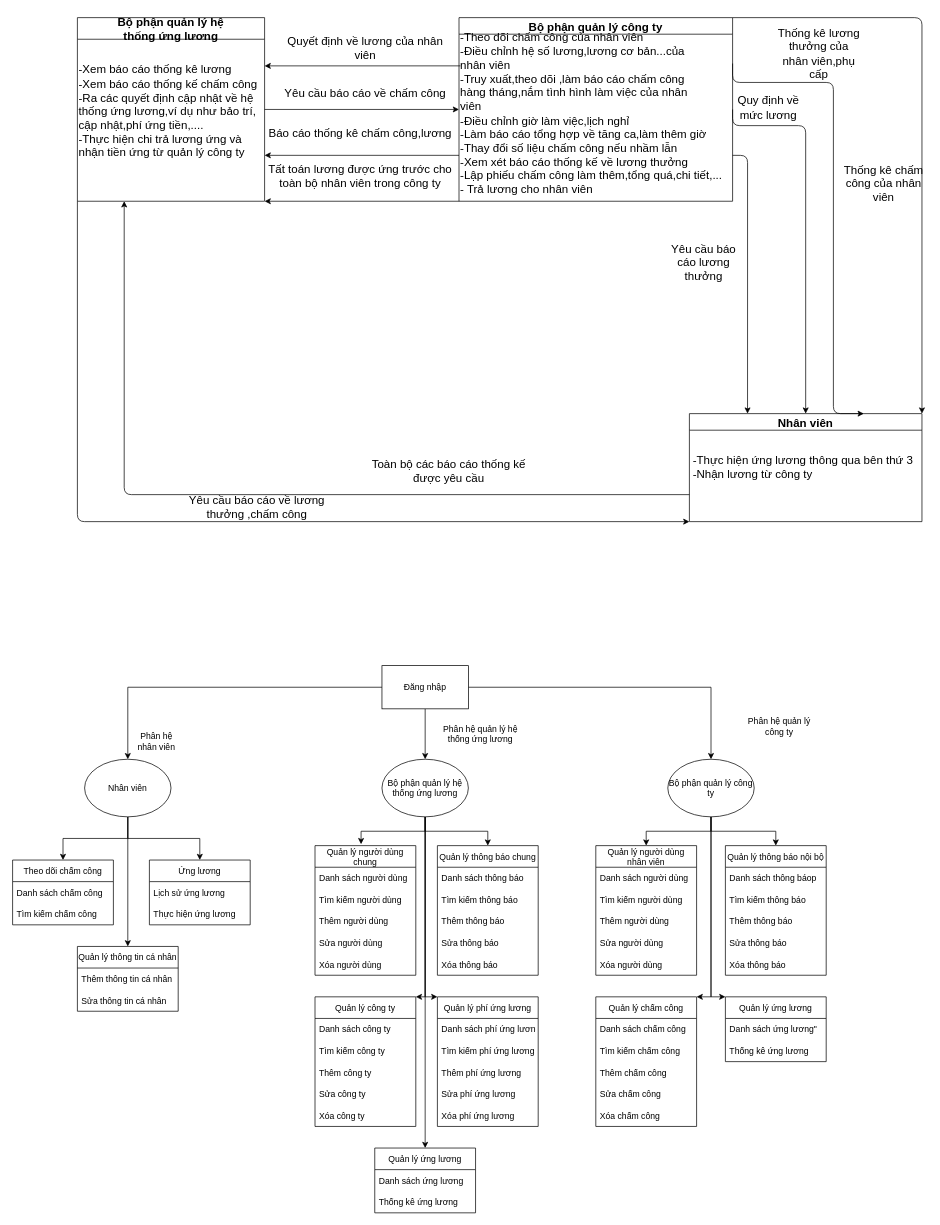
Before: page "Mô hình tiến trình nghiệp vụ" (1 of 14) of word/Webungluong.drawio in thangdinh99/WebUngLuong, a draw.io diagram. Source tidied: cells renumbered, new cells numbered last; positions are measured from the earlier drawing's top-left corner, leaving out a move shared by most shapes. Both pictures are drawn from the tidied source at 72%, with x=0, y=0 at pixel (12, 17).
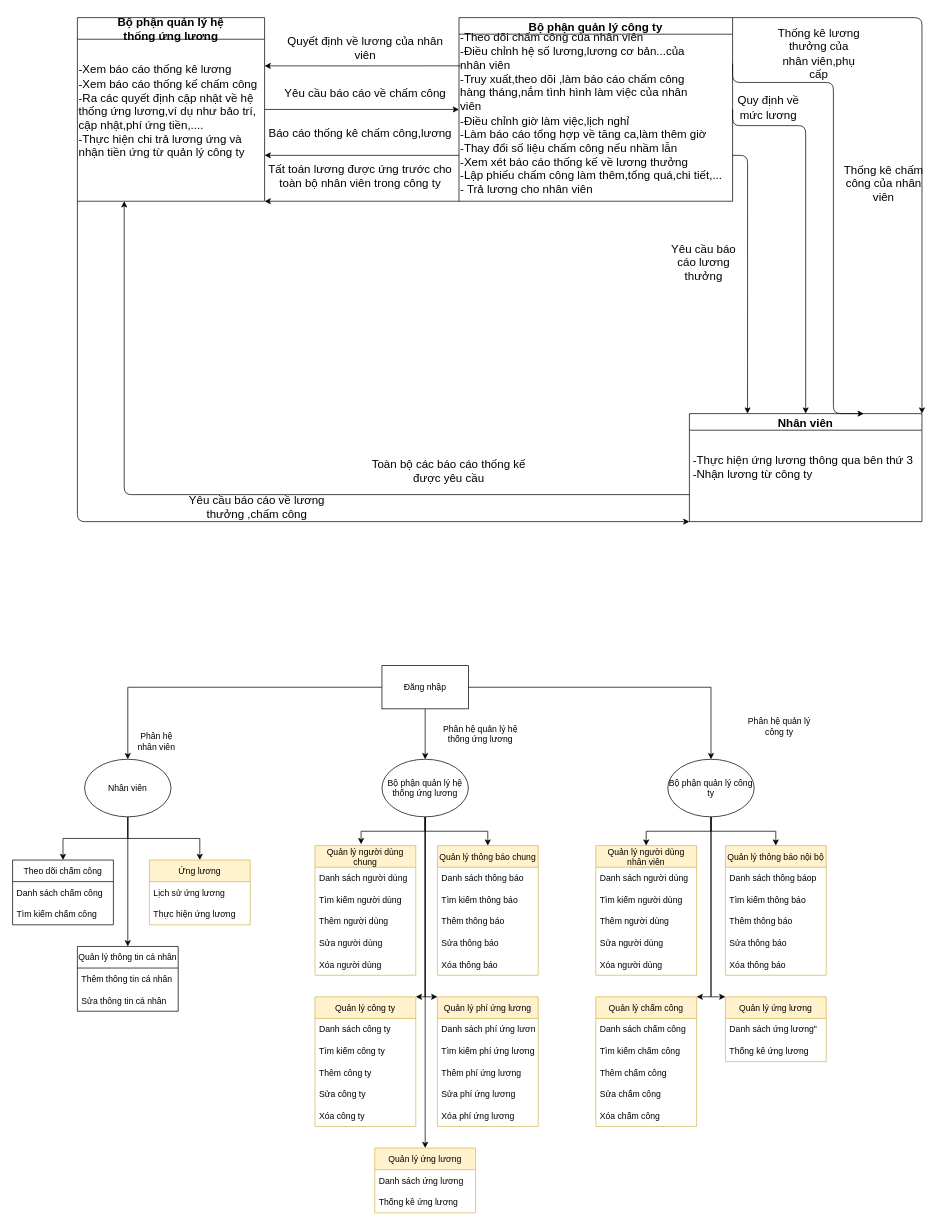
Above is the later version.

Change to the diagram source:
```diff
@@
-    <mxCell id="50" value="Quản lý người dùng &#10;chung" style="swimlane;fontStyle=0;horizontal=1;startSize=30;" parent="1" vertex="1">
+    <mxCell id="50" value="Quản lý người dùng &#10;chung" style="swimlane;fontStyle=0;horizontal=1;startSize=30;fillColor=#fff2cc;strokeColor=#d6b656;" parent="1" vertex="1">
       <mxGeometry x="420" y="1150" width="140" height="180" as="geometry" />
     </mxCell>
@@
-    <mxCell id="56" value="Quản lý thông báo chung" style="swimlane;fontStyle=0;horizontal=1;startSize=30;" parent="1" vertex="1">
+    <mxCell id="56" value="Quản lý thông báo chung" style="swimlane;fontStyle=0;horizontal=1;startSize=30;fillColor=#fff2cc;strokeColor=#d6b656;" parent="1" vertex="1">
       <mxGeometry x="590" y="1150" width="140" height="180" as="geometry" />
     </mxCell>
@@
-    <mxCell id="62" value="Quản lý người dùng &#10;nhân viên" style="swimlane;fontStyle=0;horizontal=1;startSize=30;" parent="1" vertex="1">
+    <mxCell id="62" value="Quản lý người dùng &#10;nhân viên" style="swimlane;fontStyle=0;horizontal=1;startSize=30;fillColor=#fff2cc;strokeColor=#d6b656;" parent="1" vertex="1">
       <mxGeometry x="810" y="1150" width="140" height="180" as="geometry" />
     </mxCell>
@@
-    <mxCell id="68" value="Quản lý thông báo nội bộ" style="swimlane;fontStyle=0;horizontal=1;startSize=30;" parent="1" vertex="1">
+    <mxCell id="68" value="Quản lý thông báo nội bộ" style="swimlane;fontStyle=0;horizontal=1;startSize=30;fillColor=#fff2cc;strokeColor=#d6b656;" parent="1" vertex="1">
       <mxGeometry x="990" y="1150" width="140" height="180" as="geometry" />
     </mxCell>
@@
-    <mxCell id="74" value="Quản lý công ty" style="swimlane;fontStyle=0;horizontal=1;startSize=30;" parent="1" vertex="1">
+    <mxCell id="74" value="Quản lý công ty" style="swimlane;fontStyle=0;horizontal=1;startSize=30;fillColor=#fff2cc;strokeColor=#d6b656;" parent="1" vertex="1">
       <mxGeometry x="420" y="1360" width="140" height="180" as="geometry" />
     </mxCell>
@@
-    <mxCell id="80" value="Quản lý phí ứng lương" style="swimlane;fontStyle=0;horizontal=1;startSize=30;" parent="1" vertex="1">
+    <mxCell id="80" value="Quản lý phí ứng lương" style="swimlane;fontStyle=0;horizontal=1;startSize=30;fillColor=#fff2cc;strokeColor=#d6b656;" parent="1" vertex="1">
       <mxGeometry x="590" y="1360" width="140" height="180" as="geometry" />
     </mxCell>
@@
-    <mxCell id="89" value="Ứng lương" style="swimlane;fontStyle=0;horizontal=1;startSize=30;" parent="1" vertex="1">
+    <mxCell id="89" value="Ứng lương" style="swimlane;fontStyle=0;horizontal=1;startSize=30;fillColor=#fff2cc;strokeColor=#d6b656;" parent="1" vertex="1">
       <mxGeometry x="190" y="1170" width="140" height="90" as="geometry" />
     </mxCell>
@@
-    <mxCell id="92" value="Quản lý ứng lương" style="swimlane;fontStyle=0;horizontal=1;startSize=30;" parent="1" vertex="1">
+    <mxCell id="92" value="Quản lý ứng lương" style="swimlane;fontStyle=0;horizontal=1;startSize=30;fillColor=#fff2cc;strokeColor=#d6b656;" parent="1" vertex="1">
       <mxGeometry x="990" y="1360" width="140" height="90" as="geometry" />
     </mxCell>
@@
-    <mxCell id="95" value="Quản lý chấm công" style="swimlane;fontStyle=0;horizontal=1;startSize=30;" parent="1" vertex="1">
+    <mxCell id="95" value="Quản lý chấm công" style="swimlane;fontStyle=0;horizontal=1;startSize=30;fillColor=#fff2cc;strokeColor=#d6b656;" parent="1" vertex="1">
       <mxGeometry x="810" y="1360" width="140" height="180" as="geometry" />
     </mxCell>
@@
-    <mxCell id="104" value="Quản lý ứng lương" style="swimlane;fontStyle=0;horizontal=1;startSize=30;" parent="1" vertex="1">
+    <mxCell id="104" value="Quản lý ứng lương" style="swimlane;fontStyle=0;horizontal=1;startSize=30;fillColor=#fff2cc;strokeColor=#d6b656;" parent="1" vertex="1">
       <mxGeometry x="503" y="1570" width="140" height="90" as="geometry" />
     </mxCell>
```
